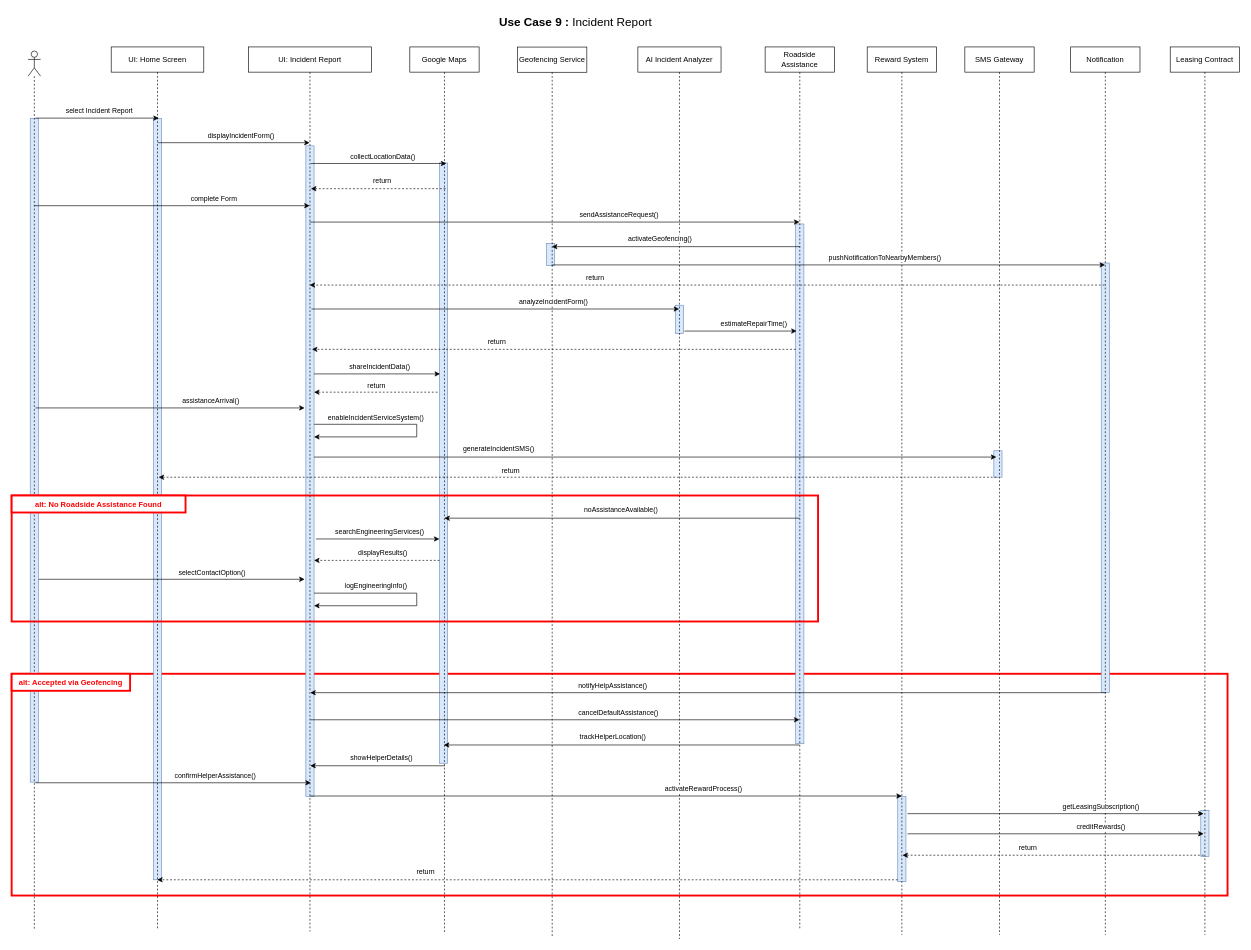
This is page "Use Case 9: Sequence" (9 of 9) of drawio/Sequences.drawio from ChristineGi/LeaseIt, a draw.io file, before an edit. Source tidied: cells renumbered, new cells numbered last; positions are measured from the earlier drawing's top-left corner, leaving out a move shared by most shapes. Both pictures are drawn from the tidied source at 63%, with x=0, y=0 at pixel (11, 11).
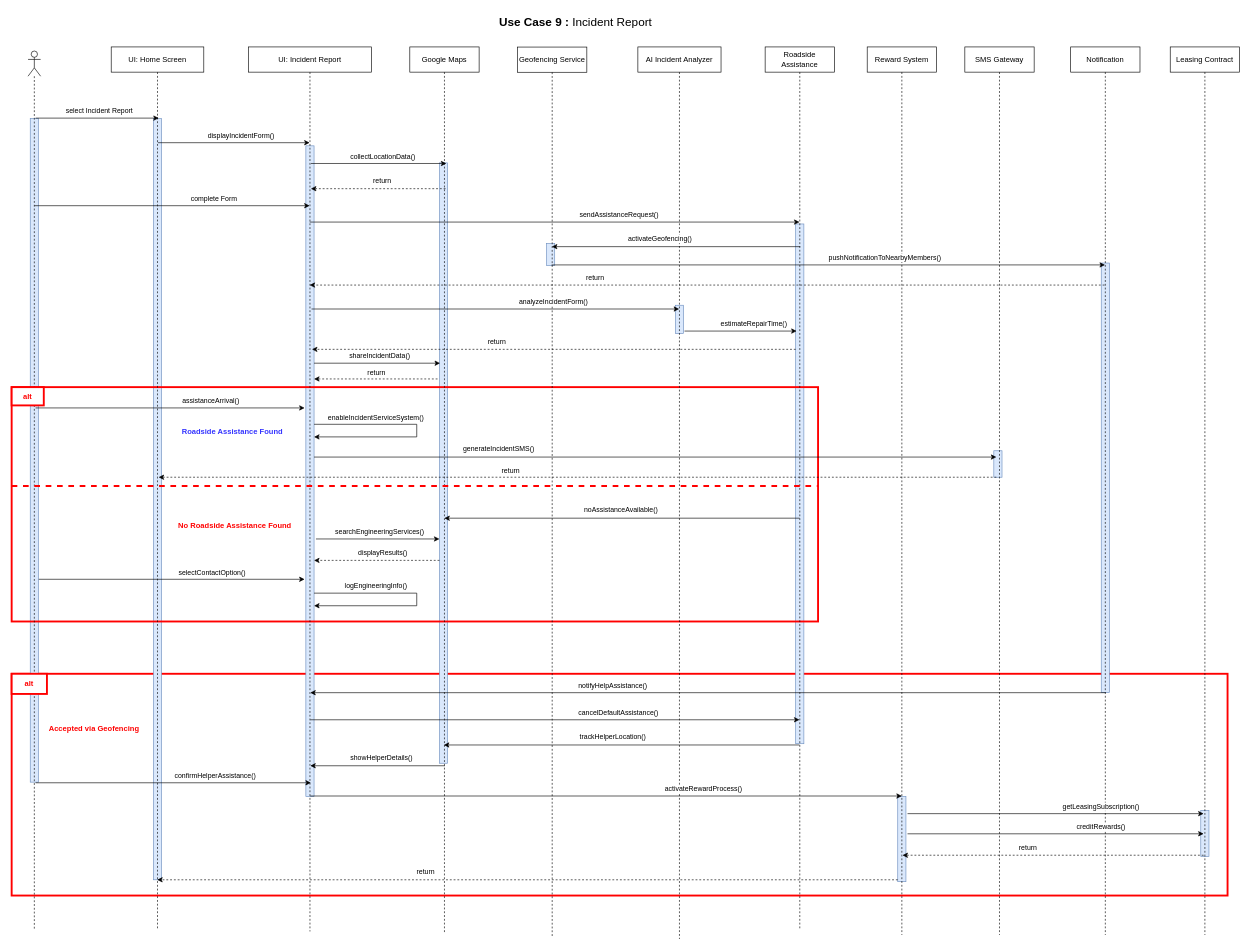
The same page after the edit.

What changed in the source:
```diff
@@
     <mxCell id="14" style="rounded=0;whiteSpace=wrap;html=1;fillColor=none;strokeColor=#FF0000;strokeWidth=3;" parent="1" vertex="1">
-      <mxGeometry y="769" width="1280" height="200" as="geometry" />
+      <mxGeometry y="597" width="1280" height="372" as="geometry" />
     </mxCell>
@@
     <mxCell id="49" style="endArrow=classic;html=1;rounded=0;" parent="1" edge="1">
       <mxGeometry relative="1" as="geometry">
-        <mxPoint x="480" y="576" as="sourcePoint" />
-        <mxPoint x="680" y="576" as="targetPoint" />
+        <mxPoint x="480" y="559" as="sourcePoint" />
+        <mxPoint x="680" y="559" as="targetPoint" />
       </mxGeometry>
     </mxCell>
@@
     <mxCell id="51" style="endArrow=classic;html=1;rounded=0;dashed=1;" parent="1" edge="1">
       <mxGeometry relative="1" as="geometry">
-        <mxPoint x="676" y="605" as="sourcePoint" />
-        <mxPoint x="480" y="605" as="targetPoint" />
+        <mxPoint x="676" y="584" as="sourcePoint" />
+        <mxPoint x="480" y="584" as="targetPoint" />
       </mxGeometry>
     </mxCell>
@@
-    <mxCell id="83" value="&lt;font color=&quot;#ff0000&quot;&gt;&lt;b&gt;alt: Accepted via Geofencing&lt;/b&gt;&lt;/font&gt;" style="rounded=0;whiteSpace=wrap;html=1;fillColor=default;strokeColor=#FF0000;strokeWidth=3;" parent="1" vertex="1">
-      <mxGeometry y="1052" width="188" height="27" as="geometry" />
+    <mxCell id="83" value="&lt;font color=&quot;#ff0000&quot;&gt;&lt;b&gt;alt&lt;/b&gt;&lt;/font&gt;" style="rounded=0;whiteSpace=wrap;html=1;fillColor=default;strokeColor=#FF0000;strokeWidth=3;" parent="1" vertex="1">
+      <mxGeometry y="1052" width="56" height="32" as="geometry" />
     </mxCell>
-    <mxCell id="84" value="&lt;font color=&quot;#ff0000&quot;&gt;&lt;b&gt;alt: No Roadside Assistance Found&lt;/b&gt;&lt;/font&gt;" style="rounded=0;whiteSpace=wrap;html=1;fillColor=default;strokeColor=#FF0000;strokeWidth=3;" parent="1" vertex="1">
-      <mxGeometry y="769" width="276" height="27" as="geometry" />
+    <mxCell id="84" value="&lt;font color=&quot;#ff0000&quot;&gt;&lt;b&gt;alt&lt;/b&gt;&lt;/font&gt;" style="rounded=0;whiteSpace=wrap;html=1;fillColor=default;strokeColor=#FF0000;strokeWidth=3;" parent="1" vertex="1">
+      <mxGeometry y="597" width="51" height="29" as="geometry" />
     </mxCell>
@@
+    <mxCell id="95" style="endArrow=none;dashed=1;html=1;strokeWidth=3;rounded=0;strokeColor=#FF0000;" parent="1" edge="1">
+      <mxGeometry relative="1" as="geometry">
+        <mxPoint y="754" as="sourcePoint" />
+        <mxPoint x="1281" y="754" as="targetPoint" />
+      </mxGeometry>
+    </mxCell>
+    <mxCell id="96" value="&lt;font color=&quot;#ff0000&quot;&gt;&lt;b&gt;No Roadside Assistance Found&lt;/b&gt;&lt;/font&gt;" style="rounded=0;whiteSpace=wrap;html=1;fillColor=default;strokeColor=none;strokeWidth=3;" parent="1" vertex="1">
+      <mxGeometry x="262" y="802" width="185" height="29" as="geometry" />
+    </mxCell>
+    <mxCell id="97" value="&lt;b style=&quot;&quot;&gt;&lt;font color=&quot;#3333ff&quot;&gt;Roadside Assistance Found&lt;/font&gt;&lt;/b&gt;" style="rounded=0;whiteSpace=wrap;html=1;fillColor=default;strokeColor=none;strokeWidth=3;" parent="1" vertex="1">
+      <mxGeometry x="258" y="653" width="185" height="30" as="geometry" />
+    </mxCell>
+    <mxCell id="98" value="&lt;font color=&quot;#ff0000&quot;&gt;&lt;b&gt;Accepted via Geofencing&lt;/b&gt;&lt;/font&gt;" style="rounded=0;whiteSpace=wrap;html=1;fillColor=default;strokeColor=none;strokeWidth=3;" parent="1" vertex="1">
+      <mxGeometry x="58" y="1124" width="146" height="30" as="geometry" />
+    </mxCell>
```
